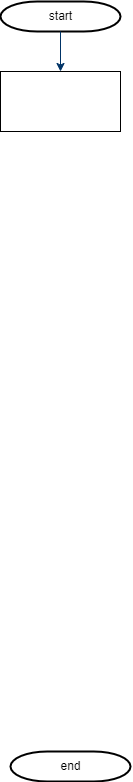
Before: distortion_correction.drawio.png, a diagram exported from draw.io (usseez/distortion_correction). Source tidied: cells renumbered, new cells last; positions are measured from the earlier drawing's top-left corner, leaving out a move shared by most shapes.
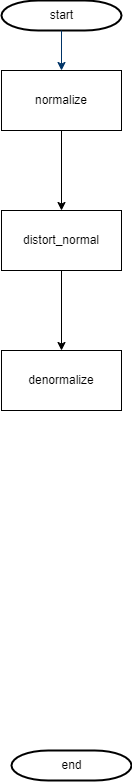
After the change.

Diff of the diagram source:
```diff
@@ -13,8 +13,20 @@
     <mxCell id="4" value="end" style="shape=mxgraph.flowchart.terminator;strokeWidth=2;gradientColor=none;gradientDirection=north;fontStyle=0;html=1;" parent="1" vertex="1">
       <mxGeometry x="10" y="750" width="120" height="30" as="geometry" />
     </mxCell>
+    <mxCell id="6" style="edgeStyle=orthogonalEdgeStyle;rounded=0;jettySize=auto;html=1;" parent="1" edge="1" source="5" target="8">
+      <mxGeometry relative="1" as="geometry" />
+    </mxCell>
-    <mxCell id="5" style="rounded=0;whiteSpace=wrap;html=1;" parent="1" vertex="1">
+    <mxCell id="5" value="normalize" style="rounded=0;whiteSpace=wrap;html=1;" parent="1" vertex="1">
       <mxGeometry y="70" width="120" height="60" as="geometry" />
     </mxCell>
+    <mxCell id="7" style="edgeStyle=orthogonalEdgeStyle;rounded=0;jettySize=auto;html=1;" parent="1" edge="1" source="8" target="9">
+      <mxGeometry relative="1" as="geometry" />
+    </mxCell>
+    <mxCell id="8" value="distort_normal" style="whiteSpace=wrap;html=1;rounded=0;" parent="1" vertex="1">
+      <mxGeometry y="210" width="120" height="60" as="geometry" />
+    </mxCell>
+    <mxCell id="9" value="denormalize" style="whiteSpace=wrap;html=1;rounded=0;" parent="1" vertex="1">
+      <mxGeometry y="350" width="120" height="60" as="geometry" />
+    </mxCell>
   </root>
 </mxGraphModel>
```
